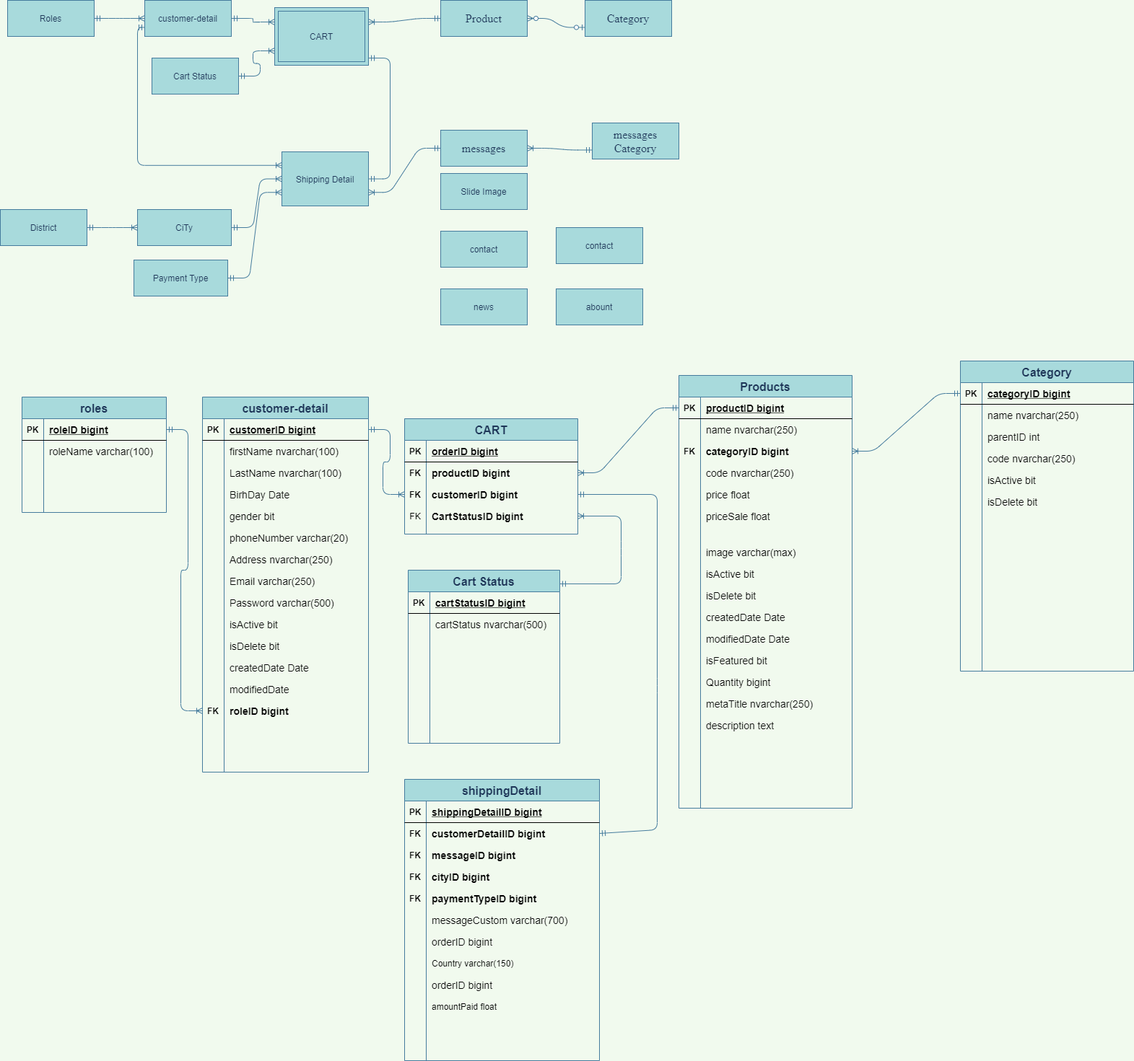
This is Untitled Diagram.png from maialino123/Eproject-SEM3, a draw.io export, as it was before one commit. Source tidied: cells renumbered, new cells last; positions are measured from the earlier drawing's top-left corner, leaving out a move shared by most shapes.
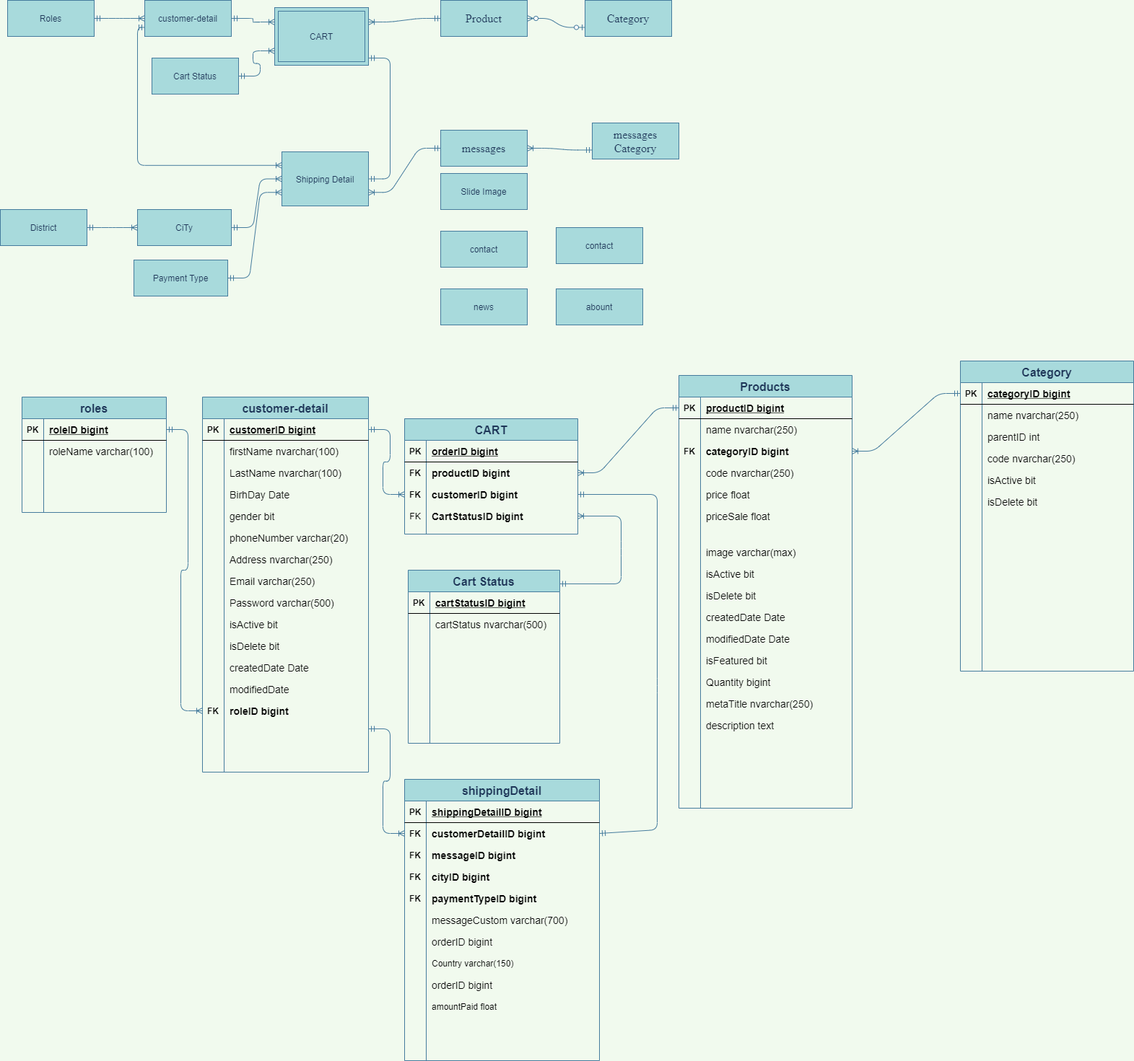
After the change.

Change to the diagram source:
```diff
@@ -715,5 +715,10 @@
         </Array>
       </mxGeometry>
     </mxCell>
+    <mxCell id="235" style="edgeStyle=entityRelationEdgeStyle;fontSize=12;html=1;endArrow=ERoneToMany;startArrow=ERmandOne;fontColor=#1D3557;strokeColor=#457B9D;fillColor=#A8DADC;labelBackgroundColor=#F1FAEE;entryX=0;entryY=0.5;entryDx=0;entryDy=0;" parent="1" edge="1" target="201">
+      <mxGeometry relative="1" as="geometry">
+        <mxPoint x="510" y="1010" as="sourcePoint" />
+      </mxGeometry>
+    </mxCell>
   </root>
 </mxGraphModel>
```
